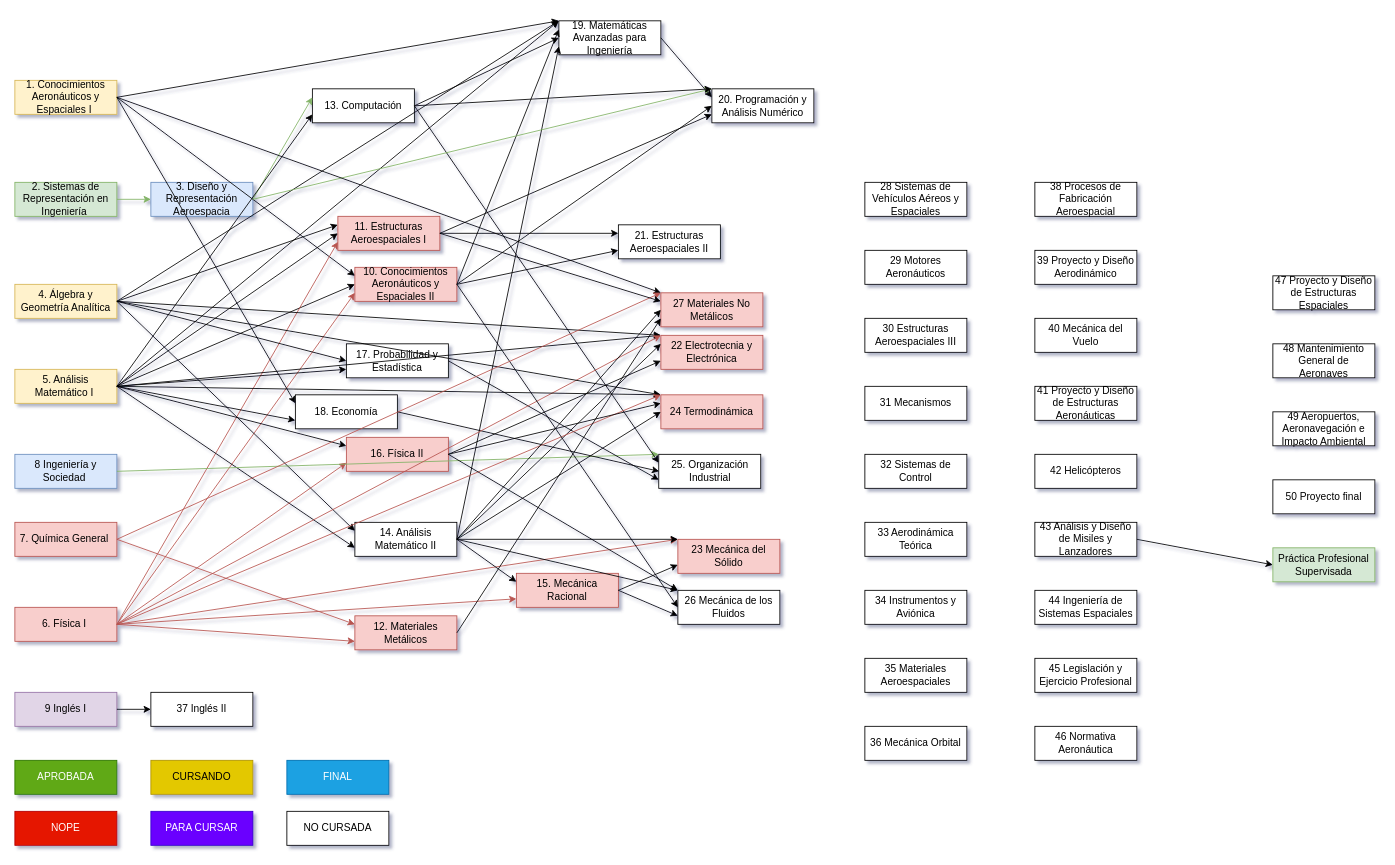
Before: Untitled Diagram.drawio in Estebanp2005/correlativasAeroUTN, a draw.io diagram. Source tidied: cells renumbered, new cells numbered last; positions are measured from the earlier drawing's top-left corner, leaving out a move shared by most shapes. Both pictures are drawn from the tidied source at 85%, with x=0, y=0 at pixel (14, 20).
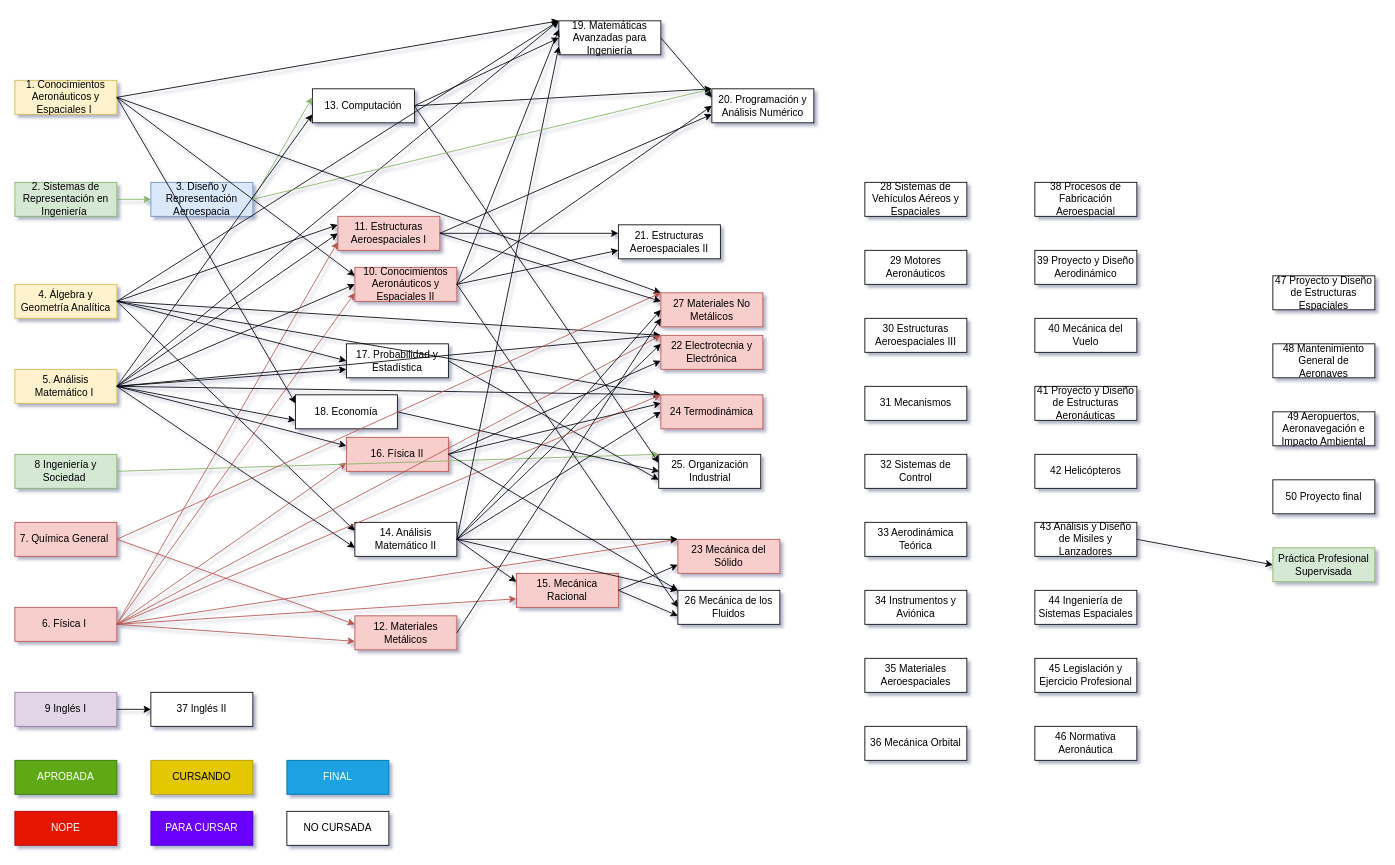
After the change.

The edit, as a diff of the source:
```diff
@@
-    <mxCell id="9" value="8 Ingeniería y Sociedad&amp;nbsp;" style="rounded=0;whiteSpace=wrap;html=1;fillColor=#dae8fc;strokeColor=#6c8ebf;" parent="1" vertex="1">
+    <mxCell id="9" value="8 Ingeniería y Sociedad&amp;nbsp;" style="rounded=0;whiteSpace=wrap;html=1;fillColor=#d5e8d4;strokeColor=#82b366;" parent="1" vertex="1">
       <mxGeometry y="510" width="120" height="40" as="geometry" />
     </mxCell>
```
